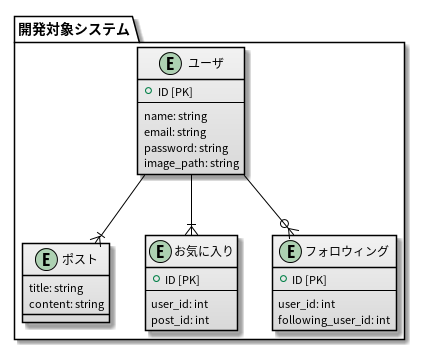
kshiva1126/chiritsumo_server keeps this PlantUML diagram as out/er-diagram/er-diagram.png. Above is the earlier version.
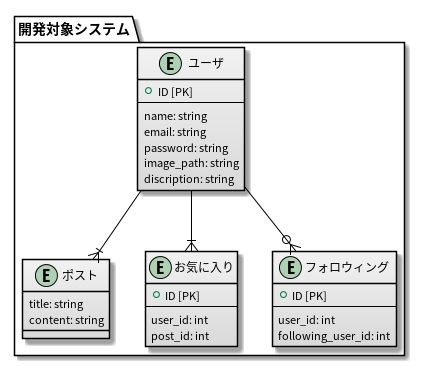
The same file after the commit.

What changed in the source:
```diff
@@ -16,6 +16,7 @@
     email: string
     password: string
     image_path: string
+    discription: string
   }
 
   entity "ポスト" as post {
```
